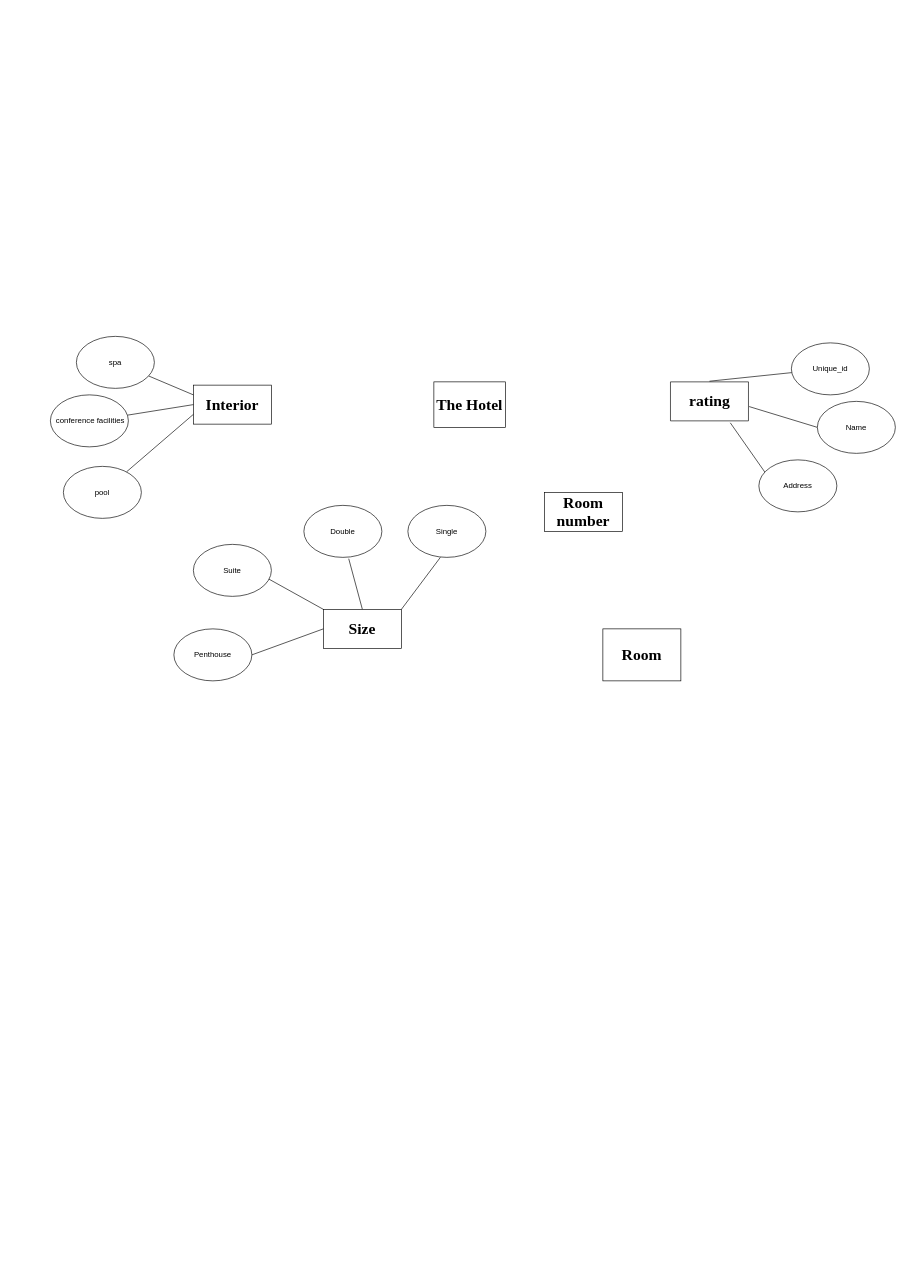
Earlier version of the draw.io diagram Untitled Diagram.drawio (Gooodofwaar/DB-Project-1). Source tidied: cells renumbered, new cells numbered last; positions are measured from the earlier drawing's top-left corner, leaving out a move shared by most shapes. Both pictures are drawn from the tidied source at 65%, with x=0, y=0 at pixel (50, 336).
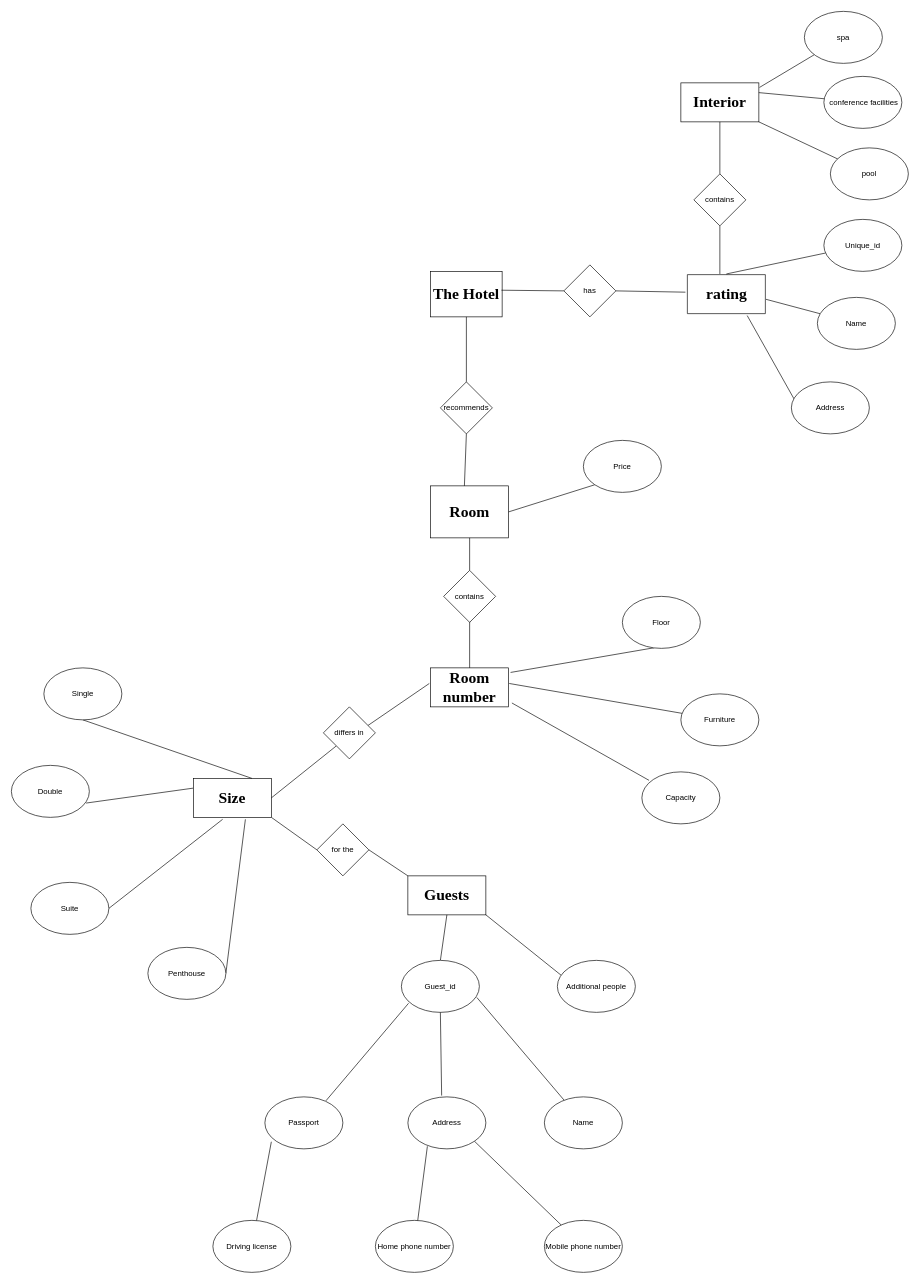
After the change.

Diff of the diagram source:
```diff
@@
     <mxCell id="2" value="&lt;h1&gt;&lt;font face=&quot;Times New Roman&quot;&gt;The Hotel&lt;/font&gt;&lt;/h1&gt;" style="rounded=0;whiteSpace=wrap;html=1;" parent="1" vertex="1">
-      <mxGeometry x="590" y="70" width="110" height="70" as="geometry" />
+      <mxGeometry x="585" y="-100" width="110" height="70" as="geometry" />
     </mxCell>
     <mxCell id="3" value="&lt;h1&gt;&lt;font face=&quot;Times New Roman&quot;&gt;rating&lt;/font&gt;&lt;/h1&gt;" style="verticalLabelPosition=middle;verticalAlign=middle;html=1;shape=mxgraph.basic.rect;fillColor2=none;strokeWidth=1;size=20;indent=5;labelPosition=center;align=center;" parent="1" vertex="1">
-      <mxGeometry x="954" y="70" width="120" height="60" as="geometry" />
+      <mxGeometry x="980" y="-95" width="120" height="60" as="geometry" />
     </mxCell>
@@
     <mxCell id="5" value="Unique_id" style="ellipse;whiteSpace=wrap;html=1;" parent="1" vertex="1">
-      <mxGeometry x="1140" y="10" width="120" height="80" as="geometry" />
+      <mxGeometry x="1190" y="-180" width="120" height="80" as="geometry" />
     </mxCell>
-    <mxCell id="6" style="endArrow=none;html=1;entryX=1.008;entryY=0.633;entryDx=0;entryDy=0;entryPerimeter=0;" parent="1" edge="1" target="3">
-      <mxGeometry relative="1" as="geometry">
-        <mxPoint x="1180" y="140" as="sourcePoint" />
-      </mxGeometry>
+    <mxCell id="6" style="endArrow=none;html=1;entryX=1.008;entryY=0.633;entryDx=0;entryDy=0;entryPerimeter=0;" parent="1" edge="1" source="7" target="3">
+      <mxGeometry relative="1" as="geometry" />
     </mxCell>
     <mxCell id="7" value="Name" style="ellipse;whiteSpace=wrap;html=1;" parent="1" vertex="1">
-      <mxGeometry x="1180" y="100" width="120" height="80" as="geometry" />
+      <mxGeometry x="1180" y="-60" width="120" height="80" as="geometry" />
     </mxCell>
-    <mxCell id="8" style="endArrow=none;html=1;entryX=0.767;entryY=1.05;entryDx=0;entryDy=0;entryPerimeter=0;" parent="1" edge="1" target="3">
-      <mxGeometry relative="1" as="geometry">
-        <mxPoint x="1100" y="210" as="sourcePoint" />
-      </mxGeometry>
+    <mxCell id="8" style="endArrow=none;html=1;entryX=0.767;entryY=1.05;entryDx=0;entryDy=0;entryPerimeter=0;exitX=0.033;exitY=0.325;exitDx=0;exitDy=0;exitPerimeter=0;" parent="1" edge="1" source="9" target="3">
+      <mxGeometry relative="1" as="geometry" />
     </mxCell>
     <mxCell id="9" value="Address" style="ellipse;whiteSpace=wrap;html=1;" parent="1" vertex="1">
-      <mxGeometry x="1090" y="190" width="120" height="80" as="geometry" />
+      <mxGeometry x="1140" y="70" width="120" height="80" as="geometry" />
     </mxCell>
     <mxCell id="10" value="&lt;h1&gt;&lt;font face=&quot;Times New Roman&quot;&gt;Interior&lt;/font&gt;&lt;/h1&gt;" style="rounded=0;whiteSpace=wrap;html=1;" parent="1" vertex="1">
-      <mxGeometry x="220" y="75" width="120" height="60" as="geometry" />
+      <mxGeometry x="970" y="-390" width="120" height="60" as="geometry" />
     </mxCell>
-    <mxCell id="11" style="endArrow=none;html=1;exitX=0;exitY=0.75;exitDx=0;exitDy=0;" parent="1" edge="1" source="10" target="12">
+    <mxCell id="11" style="endArrow=none;html=1;exitX=1;exitY=1;exitDx=0;exitDy=0;" parent="1" edge="1" source="10" target="12">
       <mxGeometry relative="1" as="geometry" />
     </mxCell>
     <mxCell id="12" value="pool" style="ellipse;whiteSpace=wrap;html=1;" parent="1" vertex="1">
-      <mxGeometry x="20" y="200" width="120" height="80" as="geometry" />
+      <mxGeometry x="1200" y="-290" width="120" height="80" as="geometry" />
     </mxCell>
-    <mxCell id="13" style="endArrow=none;html=1;exitX=0;exitY=0.5;exitDx=0;exitDy=0;" parent="1" edge="1" source="10" target="14">
+    <mxCell id="13" style="endArrow=none;html=1;exitX=1;exitY=0.25;exitDx=0;exitDy=0;" parent="1" edge="1" source="10" target="14">
       <mxGeometry relative="1" as="geometry" />
     </mxCell>
     <mxCell id="14" value="&amp;nbsp;conference facilities" style="ellipse;whiteSpace=wrap;html=1;" parent="1" vertex="1">
-      <mxGeometry y="90" width="120" height="80" as="geometry" />
+      <mxGeometry x="1190" y="-400" width="120" height="80" as="geometry" />
     </mxCell>
-    <mxCell id="15" style="endArrow=none;html=1;exitX=0;exitY=0.25;exitDx=0;exitDy=0;" parent="1" edge="1" source="10" target="16">
+    <mxCell id="15" style="endArrow=none;html=1;exitX=1.008;exitY=0.117;exitDx=0;exitDy=0;exitPerimeter=0;" parent="1" edge="1" source="10" target="16">
       <mxGeometry relative="1" as="geometry" />
     </mxCell>
     <mxCell id="16" value="spa" style="ellipse;whiteSpace=wrap;html=1;" parent="1" vertex="1">
-      <mxGeometry x="40" width="120" height="80" as="geometry" />
+      <mxGeometry x="1160" y="-500" width="120" height="80" as="geometry" />
     </mxCell>
     <mxCell id="17" value="&lt;h1&gt;&lt;font face=&quot;Times New Roman&quot;&gt;Room&lt;/font&gt;&lt;/h1&gt;" style="rounded=0;whiteSpace=wrap;html=1;" parent="1" vertex="1">
-      <mxGeometry x="850" y="450" width="120" height="80" as="geometry" />
+      <mxGeometry x="585" y="230" width="120" height="80" as="geometry" />
     </mxCell>
     <mxCell id="18" value="Double" style="ellipse;whiteSpace=wrap;html=1;" parent="1" vertex="1">
-      <mxGeometry x="390" y="260" width="120" height="80" as="geometry" />
+      <mxGeometry x="-60" y="660" width="120" height="80" as="geometry" />
     </mxCell>
-    <mxCell id="19" style="endArrow=none;html=1;entryX=0.575;entryY=1.025;entryDx=0;entryDy=0;exitX=0.5;exitY=0;exitDx=0;exitDy=0;entryPerimeter=0;" parent="1" edge="1" source="21" target="18">
+    <mxCell id="19" style="endArrow=none;html=1;entryX=0.958;entryY=0.725;entryDx=0;entryDy=0;exitX=0;exitY=0.25;exitDx=0;exitDy=0;entryPerimeter=0;" parent="1" edge="1" source="21" target="18">
       <mxGeometry relative="1" as="geometry" />
     </mxCell>
     <mxCell id="20" value="&lt;h1&gt;&lt;font face=&quot;Times New Roman&quot;&gt;Room number&lt;/font&gt;&lt;/h1&gt;" style="rounded=0;whiteSpace=wrap;html=1;" parent="1" vertex="1">
-      <mxGeometry x="760" y="240" width="120" height="60" as="geometry" />
+      <mxGeometry x="585" y="510" width="120" height="60" as="geometry" />
     </mxCell>
     <mxCell id="21" value="&lt;h1&gt;&lt;font face=&quot;Times New Roman&quot;&gt;Size&lt;/font&gt;&lt;/h1&gt;" style="rounded=0;whiteSpace=wrap;html=1;" parent="1" vertex="1">
-      <mxGeometry x="420" y="420" width="120" height="60" as="geometry" />
+      <mxGeometry x="220" y="680" width="120" height="60" as="geometry" />
     </mxCell>
-    <mxCell id="22" style="endArrow=none;html=1;entryX=1;entryY=0;entryDx=0;entryDy=0;" parent="1" edge="1" target="21">
-      <mxGeometry relative="1" as="geometry">
-        <mxPoint x="600" y="340" as="sourcePoint" />
-      </mxGeometry>
+    <mxCell id="22" style="endArrow=none;html=1;exitX=0.5;exitY=1;exitDx=0;exitDy=0;entryX=0.75;entryY=0;entryDx=0;entryDy=0;" parent="1" edge="1" source="23" target="21">
+      <mxGeometry relative="1" as="geometry" />
     </mxCell>
     <mxCell id="23" value="&lt;span&gt;Single&lt;/span&gt;" style="ellipse;whiteSpace=wrap;html=1;" parent="1" vertex="1">
-      <mxGeometry x="550" y="260" width="120" height="80" as="geometry" />
+      <mxGeometry x="-10" y="510" width="120" height="80" as="geometry" />
     </mxCell>
-    <mxCell id="24" style="endArrow=none;html=1;entryX=0;entryY=0;entryDx=0;entryDy=0;" parent="1" edge="1" target="21">
-      <mxGeometry relative="1" as="geometry">
-        <mxPoint x="330" y="370" as="sourcePoint" />
-      </mxGeometry>
+    <mxCell id="24" style="endArrow=none;html=1;entryX=0.375;entryY=1.05;entryDx=0;entryDy=0;exitX=1;exitY=0.5;exitDx=0;exitDy=0;entryPerimeter=0;" parent="1" edge="1" source="25" target="21">
+      <mxGeometry relative="1" as="geometry" />
     </mxCell>
     <mxCell id="25" value="Suite" style="ellipse;whiteSpace=wrap;html=1;" parent="1" vertex="1">
-      <mxGeometry x="220" y="320" width="120" height="80" as="geometry" />
+      <mxGeometry x="-30" y="840" width="120" height="80" as="geometry" />
     </mxCell>
-    <mxCell id="26" style="endArrow=none;html=1;entryX=0;entryY=0.5;entryDx=0;entryDy=0;" parent="1" edge="1" target="21">
-      <mxGeometry relative="1" as="geometry">
-        <mxPoint x="310" y="490" as="sourcePoint" />
-      </mxGeometry>
+    <mxCell id="26" style="endArrow=none;html=1;entryX=0.667;entryY=1.05;entryDx=0;entryDy=0;exitX=1;exitY=0.5;exitDx=0;exitDy=0;entryPerimeter=0;" parent="1" edge="1" source="27" target="21">
+      <mxGeometry relative="1" as="geometry" />
     </mxCell>
     <mxCell id="27" value="Penthouse" style="ellipse;whiteSpace=wrap;html=1;" parent="1" vertex="1">
-      <mxGeometry x="190" y="450" width="120" height="80" as="geometry" />
+      <mxGeometry x="150" y="940" width="120" height="80" as="geometry" />
     </mxCell>
+    <mxCell id="28" style="endArrow=none;html=1;entryX=1.025;entryY=0.117;entryDx=0;entryDy=0;entryPerimeter=0;exitX=0.408;exitY=0.988;exitDx=0;exitDy=0;exitPerimeter=0;" parent="1" edge="1" source="29" target="20">
+      <mxGeometry relative="1" as="geometry" />
+    </mxCell>
+    <mxCell id="29" value="Floor" style="ellipse;whiteSpace=wrap;html=1;" parent="1" vertex="1">
+      <mxGeometry x="880" y="400" width="120" height="80" as="geometry" />
+    </mxCell>
+    <mxCell id="30" style="endArrow=none;html=1;exitX=1.008;exitY=0.4;exitDx=0;exitDy=0;exitPerimeter=0;" parent="1" edge="1" source="20" target="31">
+      <mxGeometry relative="1" as="geometry" />
+    </mxCell>
+    <mxCell id="31" value="Furniture" style="ellipse;whiteSpace=wrap;html=1;" parent="1" vertex="1">
+      <mxGeometry x="970" y="550" width="120" height="80" as="geometry" />
+    </mxCell>
+    <mxCell id="32" style="endArrow=none;html=1;entryX=1.042;entryY=0.9;entryDx=0;entryDy=0;entryPerimeter=0;exitX=0.092;exitY=0.163;exitDx=0;exitDy=0;exitPerimeter=0;" parent="1" edge="1" source="33" target="20">
+      <mxGeometry relative="1" as="geometry" />
+    </mxCell>
+    <mxCell id="33" value="Capacity" style="ellipse;whiteSpace=wrap;html=1;" parent="1" vertex="1">
+      <mxGeometry x="910" y="670" width="120" height="80" as="geometry" />
+    </mxCell>
+    <mxCell id="34" style="endArrow=none;html=1;entryX=1;entryY=0.5;entryDx=0;entryDy=0;exitX=0;exitY=1;exitDx=0;exitDy=0;" parent="1" edge="1" source="35" target="17">
+      <mxGeometry relative="1" as="geometry" />
+    </mxCell>
+    <mxCell id="35" value="Price" style="ellipse;whiteSpace=wrap;html=1;" parent="1" vertex="1">
+      <mxGeometry x="820" y="160" width="120" height="80" as="geometry" />
+    </mxCell>
+    <mxCell id="36" value="&lt;h1&gt;&lt;font face=&quot;Times New Roman&quot;&gt;Guests&lt;/font&gt;&lt;/h1&gt;" style="rounded=0;whiteSpace=wrap;html=1;" parent="1" vertex="1">
+      <mxGeometry x="550" y="830" width="120" height="60" as="geometry" />
+    </mxCell>
+    <mxCell id="37" style="endArrow=none;html=1;entryX=0.5;entryY=1;entryDx=0;entryDy=0;exitX=0.5;exitY=0;exitDx=0;exitDy=0;" parent="1" edge="1" source="38" target="36">
+      <mxGeometry relative="1" as="geometry" />
+    </mxCell>
+    <mxCell id="38" value="Guest_id" style="ellipse;whiteSpace=wrap;html=1;" parent="1" vertex="1">
+      <mxGeometry x="540" y="960" width="120" height="80" as="geometry" />
+    </mxCell>
+    <mxCell id="39" style="endArrow=none;html=1;entryX=0.967;entryY=0.713;entryDx=0;entryDy=0;entryPerimeter=0;" parent="1" edge="1" source="40" target="38">
+      <mxGeometry relative="1" as="geometry" />
+    </mxCell>
+    <mxCell id="40" value="Name" style="ellipse;whiteSpace=wrap;html=1;" parent="1" vertex="1">
+      <mxGeometry x="760" y="1170" width="120" height="80" as="geometry" />
+    </mxCell>
+    <mxCell id="41" style="endArrow=none;html=1;entryX=0.783;entryY=0.075;entryDx=0;entryDy=0;exitX=0.092;exitY=0.825;exitDx=0;exitDy=0;exitPerimeter=0;entryPerimeter=0;" parent="1" edge="1" source="38" target="42">
+      <mxGeometry relative="1" as="geometry" />
+    </mxCell>
+    <mxCell id="42" value="Passport" style="ellipse;whiteSpace=wrap;html=1;" parent="1" vertex="1">
+      <mxGeometry x="330" y="1170" width="120" height="80" as="geometry" />
+    </mxCell>
+    <mxCell id="43" style="endArrow=none;html=1;entryX=0.083;entryY=0.863;entryDx=0;entryDy=0;entryPerimeter=0;" parent="1" edge="1" source="44" target="42">
+      <mxGeometry relative="1" as="geometry" />
+    </mxCell>
+    <mxCell id="44" value="Driving license" style="ellipse;whiteSpace=wrap;html=1;" parent="1" vertex="1">
+      <mxGeometry x="250" y="1360" width="120" height="80" as="geometry" />
+    </mxCell>
+    <mxCell id="45" style="endArrow=none;html=1;exitX=0.433;exitY=-0.025;exitDx=0;exitDy=0;exitPerimeter=0;entryX=0.5;entryY=1;entryDx=0;entryDy=0;" parent="1" edge="1" source="46" target="38">
+      <mxGeometry relative="1" as="geometry" />
+    </mxCell>
+    <mxCell id="46" value="Address" style="ellipse;whiteSpace=wrap;html=1;" parent="1" vertex="1">
+      <mxGeometry x="550" y="1170" width="120" height="80" as="geometry" />
+    </mxCell>
+    <mxCell id="47" value="Home phone number" style="ellipse;whiteSpace=wrap;html=1;" parent="1" vertex="1">
+      <mxGeometry x="500" y="1360" width="120" height="80" as="geometry" />
+    </mxCell>
+    <mxCell id="48" value="Mobile phone number" style="ellipse;whiteSpace=wrap;html=1;" parent="1" vertex="1">
+      <mxGeometry x="760" y="1360" width="120" height="80" as="geometry" />
+    </mxCell>
+    <mxCell id="49" style="endArrow=none;html=1;entryX=1;entryY=1;entryDx=0;entryDy=0;" parent="1" edge="1" source="48" target="46">
+      <mxGeometry relative="1" as="geometry" />
+    </mxCell>
+    <mxCell id="50" style="endArrow=none;html=1;entryX=0.25;entryY=0.95;entryDx=0;entryDy=0;entryPerimeter=0;" parent="1" edge="1" source="47" target="46">
+      <mxGeometry relative="1" as="geometry" />
+    </mxCell>
+    <mxCell id="51" style="endArrow=none;html=1;entryX=1;entryY=1;entryDx=0;entryDy=0;exitX=0.05;exitY=0.288;exitDx=0;exitDy=0;exitPerimeter=0;" parent="1" edge="1" source="52" target="36">
+      <mxGeometry relative="1" as="geometry" />
+    </mxCell>
+    <mxCell id="52" value="Additional people" style="ellipse;whiteSpace=wrap;html=1;" parent="1" vertex="1">
+      <mxGeometry x="780" y="960" width="120" height="80" as="geometry" />
+    </mxCell>
+    <mxCell id="53" style="endArrow=none;html=1;exitX=0.5;exitY=0;exitDx=0;exitDy=0;entryX=0.5;entryY=1;entryDx=0;entryDy=0;" parent="1" edge="1" source="55" target="10">
+      <mxGeometry relative="1" as="geometry" />
+    </mxCell>
+    <mxCell id="54" style="endArrow=none;html=1;exitX=0.5;exitY=1;exitDx=0;exitDy=0;" parent="1" edge="1" source="55">
+      <mxGeometry relative="1" as="geometry">
+        <mxPoint x="1030" y="-96" as="targetPoint" />
+      </mxGeometry>
+    </mxCell>
+    <mxCell id="55" value="contains" style="rhombus;whiteSpace=wrap;html=1;" parent="1" vertex="1">
+      <mxGeometry x="990" y="-250" width="80" height="80" as="geometry" />
+    </mxCell>
+    <mxCell id="56" style="endArrow=none;html=1;entryX=-0.025;entryY=0.45;entryDx=0;entryDy=0;entryPerimeter=0;exitX=1;exitY=0.5;exitDx=0;exitDy=0;" parent="1" edge="1" source="58" target="3">
+      <mxGeometry relative="1" as="geometry" />
+    </mxCell>
+    <mxCell id="57" style="endArrow=none;html=1;entryX=0.991;entryY=0.414;entryDx=0;entryDy=0;entryPerimeter=0;exitX=0;exitY=0.5;exitDx=0;exitDy=0;" parent="1" edge="1" source="58" target="2">
+      <mxGeometry relative="1" as="geometry" />
+    </mxCell>
+    <mxCell id="58" value="has" style="rhombus;whiteSpace=wrap;html=1;" parent="1" vertex="1">
+      <mxGeometry x="790" y="-110" width="80" height="80" as="geometry" />
+    </mxCell>
+    <mxCell id="59" style="endArrow=none;html=1;entryX=1;entryY=0.5;entryDx=0;entryDy=0;exitX=0;exitY=1;exitDx=0;exitDy=0;" parent="1" edge="1" source="61" target="21">
+      <mxGeometry relative="1" as="geometry" />
+    </mxCell>
+    <mxCell id="60" style="endArrow=none;html=1;exitX=-0.017;exitY=0.4;exitDx=0;exitDy=0;exitPerimeter=0;entryX=0.85;entryY=0.363;entryDx=0;entryDy=0;entryPerimeter=0;" parent="1" edge="1" source="20" target="61">
+      <mxGeometry relative="1" as="geometry" />
+    </mxCell>
+    <mxCell id="61" value="differs in" style="rhombus;whiteSpace=wrap;html=1;" parent="1" vertex="1">
+      <mxGeometry x="420" y="570" width="80" height="80" as="geometry" />
+    </mxCell>
+    <mxCell id="62" style="endArrow=none;html=1;entryX=0.5;entryY=1;entryDx=0;entryDy=0;exitX=0.5;exitY=0;exitDx=0;exitDy=0;" parent="1" edge="1" source="64" target="17">
+      <mxGeometry relative="1" as="geometry" />
+    </mxCell>
+    <mxCell id="63" style="endArrow=none;html=1;" parent="1" edge="1" target="64">
+      <mxGeometry relative="1" as="geometry">
+        <mxPoint x="645" y="430" as="sourcePoint" />
+      </mxGeometry>
+    </mxCell>
+    <mxCell id="64" value="contains" style="rhombus;whiteSpace=wrap;html=1;" parent="1" vertex="1">
+      <mxGeometry x="605" y="360" width="80" height="80" as="geometry" />
+    </mxCell>
+    <mxCell id="65" style="endArrow=none;html=1;exitX=0.5;exitY=1;exitDx=0;exitDy=0;" parent="1" edge="1" source="64" target="20">
+      <mxGeometry relative="1" as="geometry" />
+    </mxCell>
+    <mxCell id="66" style="endArrow=none;html=1;exitX=0;exitY=0;exitDx=0;exitDy=0;entryX=1;entryY=0.5;entryDx=0;entryDy=0;" parent="1" edge="1" source="36" target="68">
+      <mxGeometry relative="1" as="geometry" />
+    </mxCell>
+    <mxCell id="67" style="endArrow=none;html=1;entryX=1;entryY=1;entryDx=0;entryDy=0;exitX=0;exitY=0.5;exitDx=0;exitDy=0;" parent="1" edge="1" source="68" target="21">
+      <mxGeometry relative="1" as="geometry" />
+    </mxCell>
+    <mxCell id="68" value="for the" style="rhombus;whiteSpace=wrap;html=1;" parent="1" vertex="1">
+      <mxGeometry x="410" y="750" width="80" height="80" as="geometry" />
+    </mxCell>
+    <mxCell id="69" style="endArrow=none;html=1;entryX=0.5;entryY=1;entryDx=0;entryDy=0;exitX=0.5;exitY=0;exitDx=0;exitDy=0;" parent="1" edge="1" source="70" target="2">
+      <mxGeometry relative="1" as="geometry" />
+    </mxCell>
+    <mxCell id="70" value="recommends" style="rhombus;whiteSpace=wrap;html=1;" parent="1" vertex="1">
+      <mxGeometry x="600" y="70" width="80" height="80" as="geometry" />
+    </mxCell>
+    <mxCell id="71" style="endArrow=none;html=1;entryX=0.433;entryY=0;entryDx=0;entryDy=0;exitX=0.5;exitY=1;exitDx=0;exitDy=0;entryPerimeter=0;" parent="1" edge="1" source="70" target="17">
+      <mxGeometry relative="1" as="geometry" />
+    </mxCell>
```
